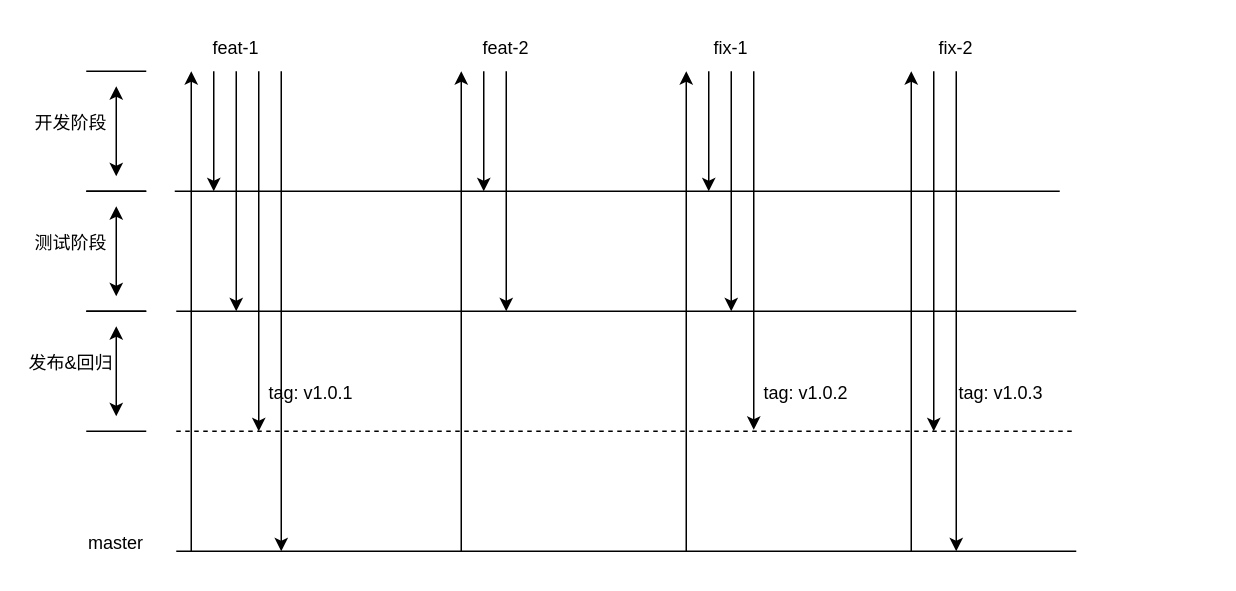
The draw.io diagram 建议编程体系.drawio in 1005281342/svg, before the edit. Source tidied: cells renumbered, new cells numbered last; positions are measured from the earlier drawing's top-left corner, leaving out a move shared by most shapes. Both pictures are drawn from the tidied source at 150%, with x=0, y=0 at pixel (26, 26).
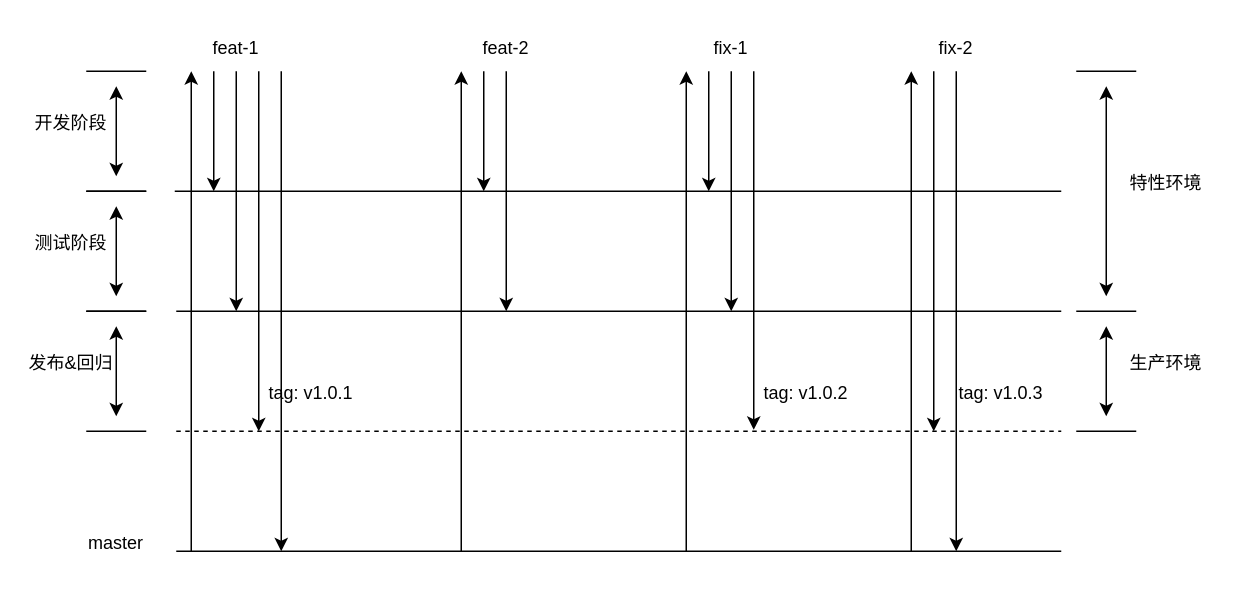
After the change.

Commit message (it also covers changes not shown here):
更新建议编程体系.drawio

The edit, as a diff of the source:
```diff
@@
     <mxCell id="2" style="endArrow=none;html=1;rounded=0;" parent="1" edge="1">
       <mxGeometry relative="1" as="geometry">
         <mxPoint x="100" y="350" as="sourcePoint" />
-        <mxPoint x="700" y="350" as="targetPoint" />
+        <mxPoint x="690" y="350" as="targetPoint" />
       </mxGeometry>
     </mxCell>
@@
     <mxCell id="4" style="endArrow=none;dashed=1;html=1;rounded=0;" parent="1" edge="1">
       <mxGeometry relative="1" as="geometry">
         <mxPoint x="100" y="270" as="sourcePoint" />
-        <mxPoint x="700" y="270" as="targetPoint" />
+        <mxPoint x="690" y="270" as="targetPoint" />
       </mxGeometry>
     </mxCell>
     <mxCell id="5" style="endArrow=none;html=1;rounded=0;" parent="1" edge="1">
       <mxGeometry relative="1" as="geometry">
         <mxPoint x="100" y="190" as="sourcePoint" />
-        <mxPoint x="700" y="190" as="targetPoint" />
+        <mxPoint x="690" y="190" as="targetPoint" />
       </mxGeometry>
     </mxCell>
     <mxCell id="6" style="endArrow=none;html=1;rounded=0;" parent="1" edge="1">
       <mxGeometry relative="1" as="geometry">
         <mxPoint x="99" y="110" as="sourcePoint" />
-        <mxPoint x="689" y="110" as="targetPoint" />
+        <mxPoint x="690" y="110" as="targetPoint" />
       </mxGeometry>
     </mxCell>
@@
+    <mxCell id="41" style="endArrow=none;html=1;rounded=0;" parent="1" edge="1">
+      <mxGeometry relative="1" as="geometry">
+        <mxPoint x="700" y="30" as="sourcePoint" />
+        <mxPoint x="740" y="30" as="targetPoint" />
+      </mxGeometry>
+    </mxCell>
+    <mxCell id="42" style="endArrow=none;html=1;rounded=0;" parent="1" edge="1">
+      <mxGeometry relative="1" as="geometry">
+        <mxPoint x="700" y="190" as="sourcePoint" />
+        <mxPoint x="740" y="190" as="targetPoint" />
+      </mxGeometry>
+    </mxCell>
+    <mxCell id="43" style="endArrow=classic;startArrow=classic;html=1;rounded=0;" parent="1" edge="1">
+      <mxGeometry relative="1" as="geometry">
+        <mxPoint x="720" y="180" as="sourcePoint" />
+        <mxPoint x="720" y="40" as="targetPoint" />
+      </mxGeometry>
+    </mxCell>
+    <mxCell id="44" value="特性环境" style="text;html=1;strokeColor=none;fillColor=none;align=center;verticalAlign=middle;whiteSpace=wrap;rounded=0;" parent="1" vertex="1">
+      <mxGeometry x="730" y="90" width="60" height="30" as="geometry" />
+    </mxCell>
+    <mxCell id="45" style="endArrow=none;html=1;rounded=0;" parent="1" edge="1">
+      <mxGeometry relative="1" as="geometry">
+        <mxPoint x="700" y="270" as="sourcePoint" />
+        <mxPoint x="740" y="270" as="targetPoint" />
+      </mxGeometry>
+    </mxCell>
+    <mxCell id="46" style="endArrow=classic;startArrow=classic;html=1;rounded=0;" parent="1" edge="1">
+      <mxGeometry relative="1" as="geometry">
+        <mxPoint x="720" y="260" as="sourcePoint" />
+        <mxPoint x="720" y="200" as="targetPoint" />
+      </mxGeometry>
+    </mxCell>
+    <mxCell id="47" value="生产环境" style="text;html=1;strokeColor=none;fillColor=none;align=center;verticalAlign=middle;whiteSpace=wrap;rounded=0;" parent="1" vertex="1">
+      <mxGeometry x="730" y="210" width="60" height="30" as="geometry" />
+    </mxCell>
```
